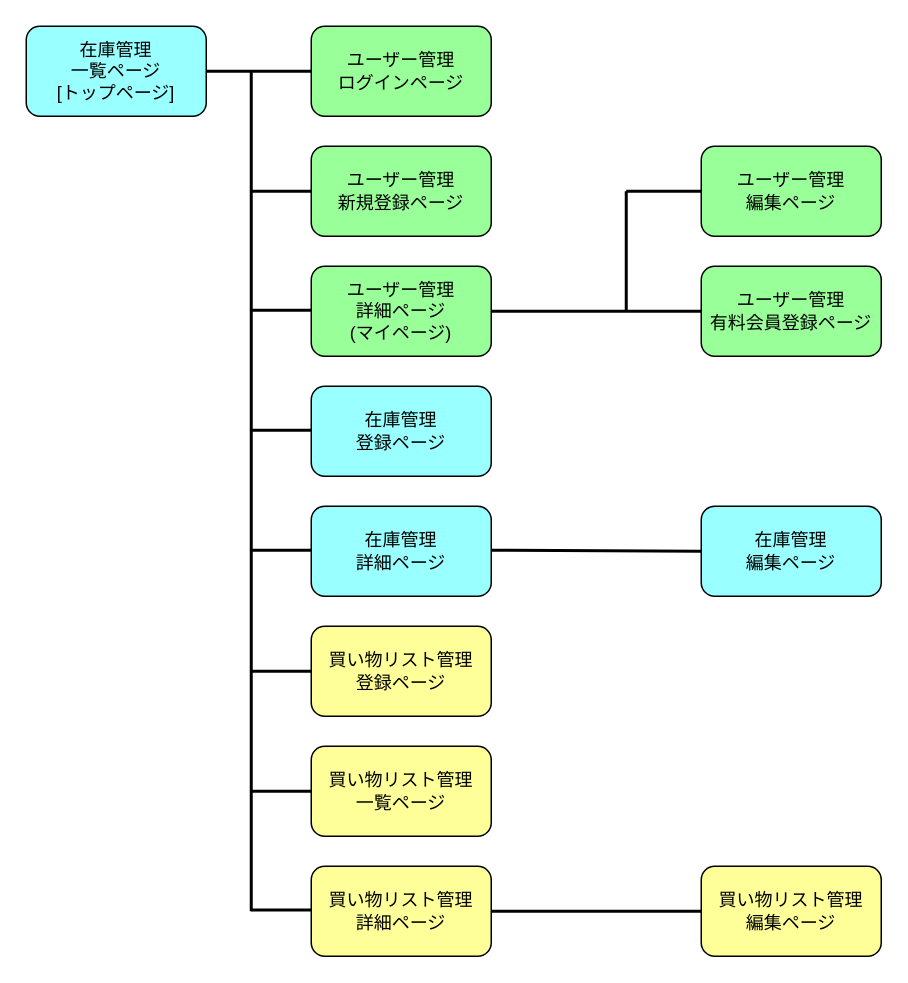
The draw.io diagram Screen transition.dio in miyazato1872/shopping_memo, before the edit. Source tidied: cells renumbered, new cells numbered last; positions are measured from the earlier drawing's top-left corner, leaving out a move shared by most shapes. Both pictures are drawn from the tidied source at 150%, with x=0, y=0 at pixel (26, 26).
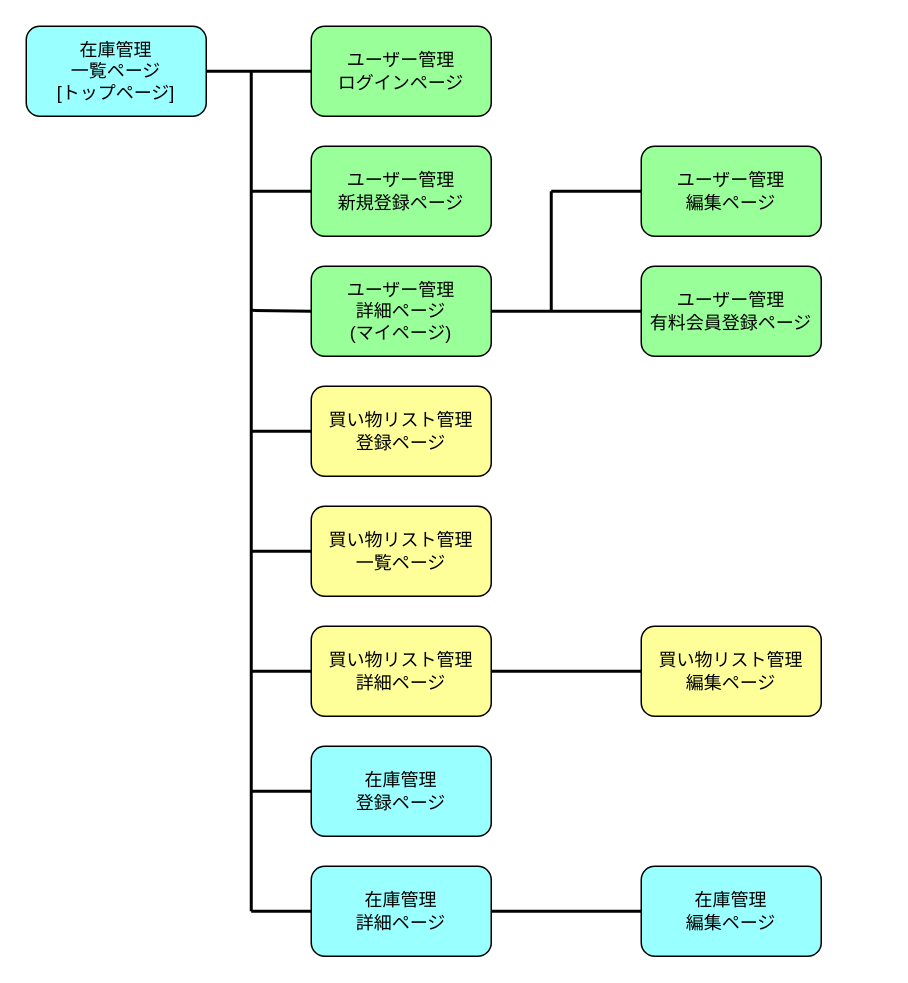
The same page after the edit.

Commit message:
画面遷移図修正

買い物リスト管理が主軸で、在庫管理が副軸のイメージ

Unchanged cells that the change refers to:
```xml
<mxCell id="7" value="ユーザー管理&lt;br&gt;詳細ページ&lt;br&gt;(マイページ)" style="rounded=1;whiteSpace=wrap;html=1;fillColor=#99FF99;labelBackgroundColor=none;fontColor=#000000;" parent="1" vertex="1">
  <mxGeometry x="190" y="160" width="120" height="60" as="geometry" />
</mxCell>
```

Change to the diagram source:
```diff
@@
     <mxCell id="5" value="在庫管理&lt;br&gt;登録ページ" style="rounded=1;whiteSpace=wrap;html=1;fillColor=#99FFFF;labelBackgroundColor=none;fontColor=#000000;" parent="1" vertex="1">
-      <mxGeometry x="190" y="240" width="120" height="60" as="geometry" />
+      <mxGeometry x="190" y="480" width="120" height="60" as="geometry" />
     </mxCell>
@@
-    <mxCell id="10" style="endArrow=none;html=1;fontColor=#000000;fontSize=14;strokeWidth=2;exitX=0;exitY=0.5;exitDx=0;exitDy=0;" parent="1" edge="1">
+    <mxCell id="10" style="endArrow=none;html=1;fontColor=#000000;fontSize=14;strokeWidth=2;exitX=0;exitY=0.5;exitDx=0;exitDy=0;" parent="1" edge="1" source="7">
       <mxGeometry relative="1" as="geometry">
-        <mxPoint x="190" y="189.4" as="sourcePoint" />
         <mxPoint x="150" y="189.4" as="targetPoint" />
       </mxGeometry>
     </mxCell>
-    <mxCell id="11" style="endArrow=none;html=1;fontColor=#000000;fontSize=14;strokeWidth=2;exitX=0;exitY=0.5;exitDx=0;exitDy=0;" parent="1" edge="1">
+    <mxCell id="11" style="endArrow=none;html=1;fontColor=#000000;fontSize=14;strokeWidth=2;exitX=0;exitY=0.5;exitDx=0;exitDy=0;" parent="1" edge="1" source="18">
       <mxGeometry relative="1" as="geometry">
-        <mxPoint x="190" y="269.3" as="sourcePoint" />
-        <mxPoint x="150" y="269.3" as="targetPoint" />
+        <mxPoint x="150" y="270" as="targetPoint" />
       </mxGeometry>
     </mxCell>
-    <mxCell id="12" style="endArrow=none;html=1;fontColor=#000000;fontSize=14;strokeWidth=2;exitX=0;exitY=0.5;exitDx=0;exitDy=0;" parent="1" edge="1">
+    <mxCell id="12" style="endArrow=none;html=1;fontColor=#000000;fontSize=14;strokeWidth=2;exitX=0;exitY=0.5;exitDx=0;exitDy=0;" parent="1" edge="1" source="19">
       <mxGeometry relative="1" as="geometry">
-        <mxPoint x="190" y="349.3" as="sourcePoint" />
-        <mxPoint x="150" y="349.3" as="targetPoint" />
+        <mxPoint x="150" y="350" as="targetPoint" />
       </mxGeometry>
     </mxCell>
     <mxCell id="13" value="在庫管理&lt;br&gt;詳細ページ" style="rounded=1;whiteSpace=wrap;html=1;fillColor=#99FFFF;labelBackgroundColor=none;fontColor=#000000;" parent="1" vertex="1">
-      <mxGeometry x="190" y="320" width="120" height="60" as="geometry" />
+      <mxGeometry x="190" y="560" width="120" height="60" as="geometry" />
     </mxCell>
     <mxCell id="14" value="在庫管理&lt;br&gt;編集ページ" style="rounded=1;whiteSpace=wrap;html=1;fillColor=#99FFFF;labelBackgroundColor=none;fontColor=#000000;" parent="1" vertex="1">
-      <mxGeometry x="450" y="320" width="120" height="60" as="geometry" />
+      <mxGeometry x="410" y="560" width="120" height="60" as="geometry" />
     </mxCell>
-    <mxCell id="15" style="endArrow=none;html=1;fontColor=#000000;fontSize=14;strokeWidth=2;exitX=0;exitY=0.5;exitDx=0;exitDy=0;" parent="1" edge="1" source="14">
-      <mxGeometry relative="1" as="geometry">
-        <mxPoint x="310" y="349.3" as="targetPoint" />
-      </mxGeometry>
+    <mxCell id="15" style="endArrow=none;html=1;fontColor=#000000;fontSize=14;strokeWidth=2;exitX=0;exitY=0.5;exitDx=0;exitDy=0;entryX=1;entryY=0.5;entryDx=0;entryDy=0;" parent="1" edge="1" source="14" target="13">
+      <mxGeometry relative="1" as="geometry" />
     </mxCell>
     <mxCell id="16" value="ユーザー管理&lt;br&gt;有料会員登録ページ" style="rounded=1;whiteSpace=wrap;html=1;fillColor=#99FF99;labelBackgroundColor=none;fontColor=#000000;" parent="1" vertex="1">
-      <mxGeometry x="450" y="160" width="120" height="60" as="geometry" />
+      <mxGeometry x="410" y="160" width="120" height="60" as="geometry" />
     </mxCell>
@@
     <mxCell id="18" value="買い物リスト管理&lt;br&gt;登録ページ" style="rounded=1;whiteSpace=wrap;html=1;fillColor=#FFFF99;labelBackgroundColor=none;fontColor=#000000;" parent="1" vertex="1">
-      <mxGeometry x="190" y="400" width="120" height="60" as="geometry" />
+      <mxGeometry x="190" y="240" width="120" height="60" as="geometry" />
     </mxCell>
     <mxCell id="19" value="買い物リスト管理&lt;br&gt;一覧ページ" style="rounded=1;whiteSpace=wrap;html=1;fillColor=#FFFF99;labelBackgroundColor=none;fontColor=#000000;" parent="1" vertex="1">
-      <mxGeometry x="190" y="480" width="120" height="60" as="geometry" />
+      <mxGeometry x="190" y="320" width="120" height="60" as="geometry" />
     </mxCell>
     <mxCell id="20" value="買い物リスト管理&lt;br&gt;詳細ページ" style="rounded=1;whiteSpace=wrap;html=1;fillColor=#FFFF99;labelBackgroundColor=none;fontColor=#000000;" parent="1" vertex="1">
-      <mxGeometry x="190" y="560" width="120" height="60" as="geometry" />
+      <mxGeometry x="190" y="400" width="120" height="60" as="geometry" />
     </mxCell>
-    <mxCell id="21" style="endArrow=none;html=1;fontColor=#000000;fontSize=14;strokeWidth=2;exitX=0;exitY=0.5;exitDx=0;exitDy=0;" parent="1" edge="1">
+    <mxCell id="21" style="endArrow=none;html=1;fontColor=#000000;fontSize=14;strokeWidth=2;exitX=0;exitY=0.5;exitDx=0;exitDy=0;" parent="1" edge="1" source="20">
       <mxGeometry relative="1" as="geometry">
-        <mxPoint x="190" y="430" as="sourcePoint" />
         <mxPoint x="150" y="430" as="targetPoint" />
       </mxGeometry>
     </mxCell>
-    <mxCell id="22" style="endArrow=none;html=1;fontColor=#000000;fontSize=14;strokeWidth=2;exitX=0;exitY=0.5;exitDx=0;exitDy=0;" parent="1" edge="1" source="19">
+    <mxCell id="22" style="endArrow=none;html=1;fontColor=#000000;fontSize=14;strokeWidth=2;exitX=0;exitY=0.5;exitDx=0;exitDy=0;" parent="1" edge="1" source="5">
       <mxGeometry relative="1" as="geometry">
         <mxPoint x="150" y="510" as="targetPoint" />
       </mxGeometry>
     </mxCell>
-    <mxCell id="23" style="endArrow=none;html=1;fontColor=#000000;fontSize=14;strokeWidth=2;exitX=0;exitY=0.5;exitDx=0;exitDy=0;" parent="1" edge="1">
+    <mxCell id="23" style="endArrow=none;html=1;fontColor=#000000;fontSize=14;strokeWidth=2;exitX=0;exitY=0.5;exitDx=0;exitDy=0;" parent="1" edge="1" source="13">
       <mxGeometry relative="1" as="geometry">
-        <mxPoint x="190" y="589.2" as="sourcePoint" />
-        <mxPoint x="150" y="589.2" as="targetPoint" />
+        <mxPoint x="150" y="590" as="targetPoint" />
       </mxGeometry>
     </mxCell>
     <mxCell id="24" value="ユーザー管理&lt;br&gt;編集ページ" style="rounded=1;whiteSpace=wrap;html=1;fillColor=#99FF99;labelBackgroundColor=none;fontColor=#000000;" parent="1" vertex="1">
-      <mxGeometry x="450" y="80" width="120" height="60" as="geometry" />
+      <mxGeometry x="410" y="80" width="120" height="60" as="geometry" />
     </mxCell>
     <mxCell id="25" style="endArrow=none;html=1;fontColor=#000000;fontSize=14;strokeWidth=2;" parent="1" edge="1">
       <mxGeometry relative="1" as="geometry">
-        <mxPoint x="400" y="110" as="sourcePoint" />
-        <mxPoint x="400" y="190" as="targetPoint" />
+        <mxPoint x="350" y="110" as="sourcePoint" />
+        <mxPoint x="350" y="190" as="targetPoint" />
       </mxGeometry>
     </mxCell>
-    <mxCell id="26" style="endArrow=none;html=1;fontColor=#000000;fontSize=14;strokeWidth=2;exitX=0;exitY=0.5;exitDx=0;exitDy=0;" parent="1" edge="1" source="24">
+    <mxCell id="26" style="endArrow=none;html=1;fontColor=#000000;fontSize=14;strokeWidth=2;entryX=0;entryY=0.5;entryDx=0;entryDy=0;" parent="1" edge="1" target="24">
       <mxGeometry relative="1" as="geometry">
-        <mxPoint x="400" y="110" as="targetPoint" />
+        <mxPoint x="350" y="110" as="sourcePoint" />
       </mxGeometry>
     </mxCell>
     <mxCell id="27" value="買い物リスト管理&lt;br&gt;編集ページ" style="rounded=1;whiteSpace=wrap;html=1;fillColor=#FFFF99;labelBackgroundColor=none;fontColor=#000000;" parent="1" vertex="1">
-      <mxGeometry x="450" y="560" width="120" height="60" as="geometry" />
+      <mxGeometry x="410" y="400" width="120" height="60" as="geometry" />
     </mxCell>
```
